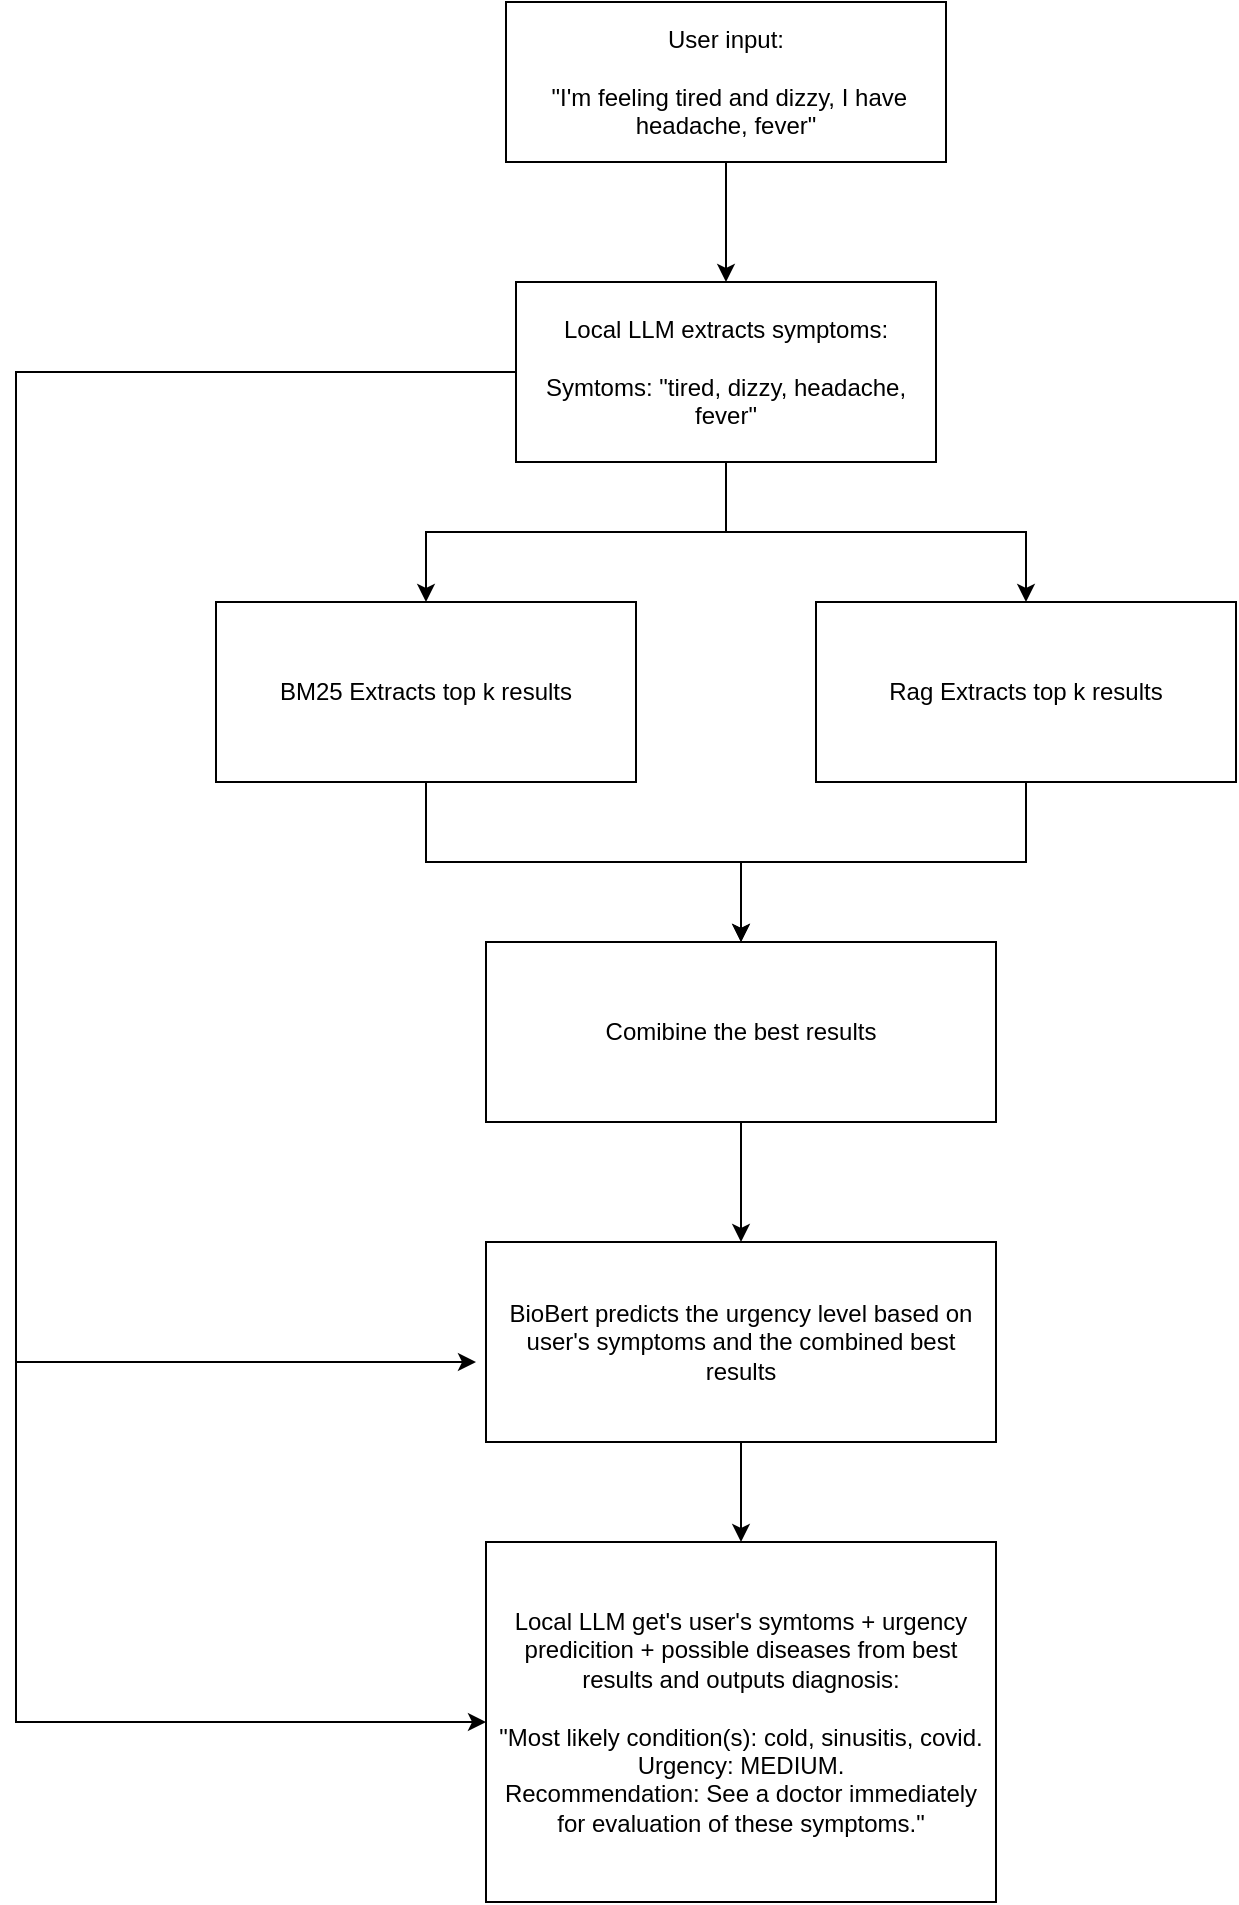
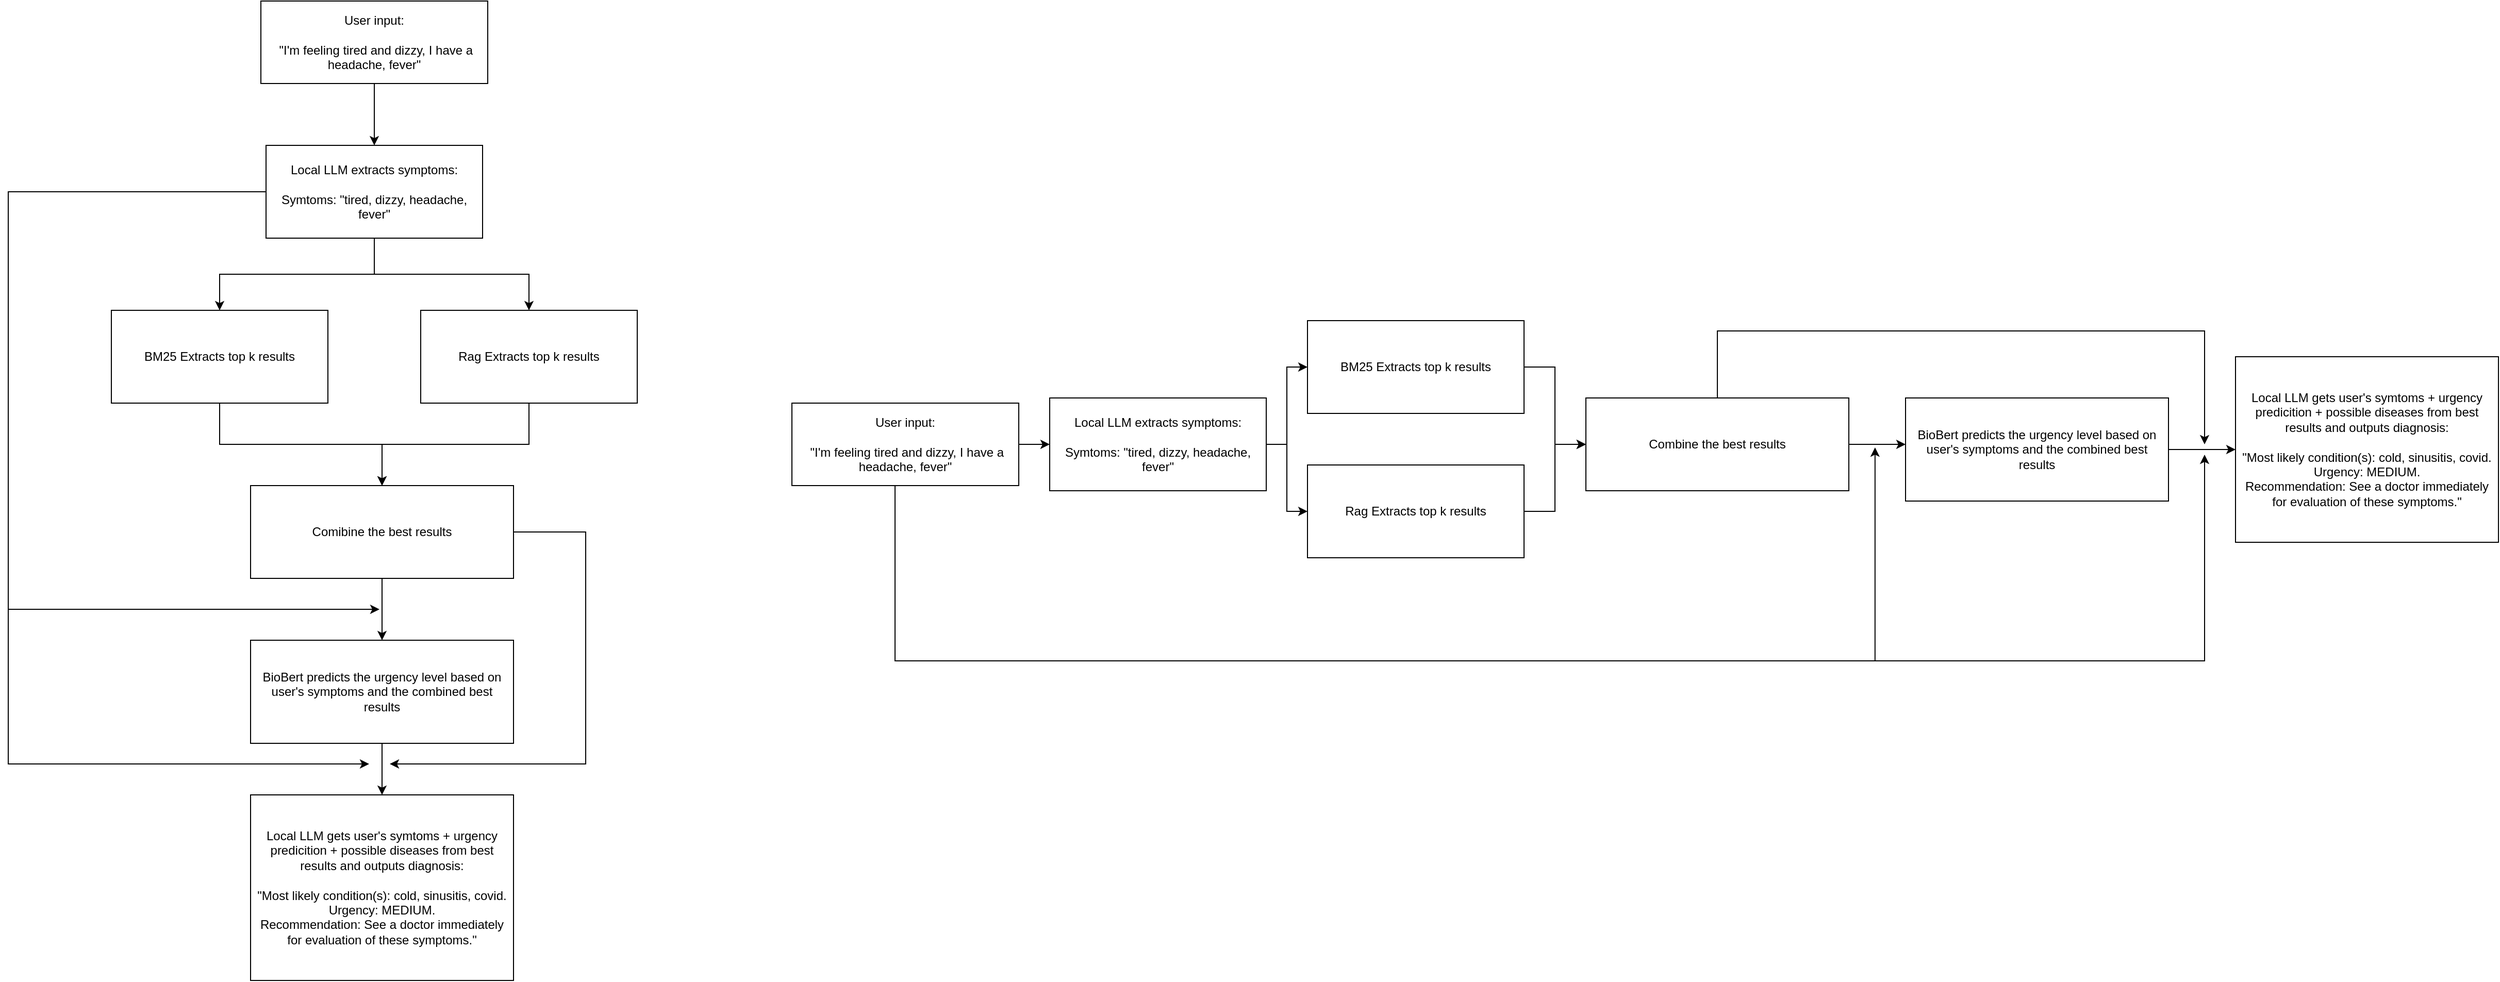
<mxfile host="app.diagrams.net">
  <diagram name="Page-1" id="xwwan3JBwpwhcqVraBZ7">
-     <mxGraphModel dx="2358" dy="1350" grid="1" gridSize="10" guides="1" tooltips="1" connect="1" arrows="1" fold="1" page="1" pageScale="1" pageWidth="1100" pageHeight="1700" math="0" shadow="0">
+     <mxGraphModel dx="2948" dy="1688" grid="1" gridSize="10" guides="1" tooltips="1" connect="1" arrows="1" fold="1" page="1" pageScale="1" pageWidth="1100" pageHeight="1700" math="0" shadow="0">
      <root>
        <mxCell id="0" />
        <mxCell id="1" parent="0" />
        <mxCell id="aHj3oTs3HQtHgEqtrpzf-4" edge="1" parent="1" source="aHj3oTs3HQtHgEqtrpzf-1" style="edgeStyle=orthogonalEdgeStyle;rounded=0;orthogonalLoop=1;jettySize=auto;html=1;" target="aHj3oTs3HQtHgEqtrpzf-3">
          <mxGeometry relative="1" as="geometry" />
        </mxCell>
-         <mxCell id="aHj3oTs3HQtHgEqtrpzf-1" parent="1" style="rounded=0;whiteSpace=wrap;html=1;" value="User input:&lt;div&gt;&lt;br&gt;&lt;/div&gt;&lt;div&gt;&amp;nbsp;&quot;I&#39;m feeling tired and dizzy, I have headache, fever&quot;&lt;/div&gt;" vertex="1">
+         <mxCell id="aHj3oTs3HQtHgEqtrpzf-1" parent="1" style="rounded=0;whiteSpace=wrap;html=1;" value="User input:&lt;div&gt;&lt;br&gt;&lt;/div&gt;&lt;div&gt;&amp;nbsp;&quot;I&#39;m feeling tired and dizzy, I have a headache, fever&quot;&lt;/div&gt;" vertex="1">
          <mxGeometry height="80" width="220" x="355" y="30" as="geometry" />
        </mxCell>
        <mxCell id="aHj3oTs3HQtHgEqtrpzf-7" edge="1" parent="1" source="aHj3oTs3HQtHgEqtrpzf-3" style="edgeStyle=orthogonalEdgeStyle;rounded=0;orthogonalLoop=1;jettySize=auto;html=1;" target="aHj3oTs3HQtHgEqtrpzf-5">
          <mxGeometry relative="1" as="geometry" />
        </mxCell>
        <mxCell id="aHj3oTs3HQtHgEqtrpzf-8" edge="1" parent="1" source="aHj3oTs3HQtHgEqtrpzf-3" style="edgeStyle=orthogonalEdgeStyle;rounded=0;orthogonalLoop=1;jettySize=auto;html=1;entryX=0.5;entryY=0;entryDx=0;entryDy=0;" target="aHj3oTs3HQtHgEqtrpzf-6">
          <mxGeometry relative="1" as="geometry" />
        </mxCell>
-         <mxCell id="aHj3oTs3HQtHgEqtrpzf-17" edge="1" parent="1" source="aHj3oTs3HQtHgEqtrpzf-3" style="edgeStyle=orthogonalEdgeStyle;rounded=0;orthogonalLoop=1;jettySize=auto;html=1;entryX=0;entryY=0.5;entryDx=0;entryDy=0;" target="aHj3oTs3HQtHgEqtrpzf-16">
+         <mxCell id="aHj3oTs3HQtHgEqtrpzf-17" edge="1" parent="1" source="aHj3oTs3HQtHgEqtrpzf-3" style="edgeStyle=orthogonalEdgeStyle;rounded=0;orthogonalLoop=1;jettySize=auto;html=1;">
          <mxGeometry relative="1" as="geometry">
            <Array as="points">
              <mxPoint x="110" y="215" />
-               <mxPoint x="110" y="890" />
+               <mxPoint x="110" y="770" />
+               <mxPoint x="345" y="770" />
            </Array>
-             <mxPoint x="110" y="870" as="targetPoint" />
+             <mxPoint x="460" y="770" as="targetPoint" />
          </mxGeometry>
        </mxCell>
        <mxCell id="aHj3oTs3HQtHgEqtrpzf-3" parent="1" style="rounded=0;whiteSpace=wrap;html=1;" value="Local LLM extracts symptoms:&lt;div&gt;&lt;br&gt;&lt;/div&gt;&lt;div&gt;Symtoms: &quot;tired, dizzy, headache, fever&quot;&lt;/div&gt;" vertex="1">
          <mxGeometry height="90" width="210" x="360" y="170" as="geometry" />
        </mxCell>
        <mxCell id="aHj3oTs3HQtHgEqtrpzf-10" edge="1" parent="1" source="aHj3oTs3HQtHgEqtrpzf-5" style="edgeStyle=orthogonalEdgeStyle;rounded=0;orthogonalLoop=1;jettySize=auto;html=1;" target="aHj3oTs3HQtHgEqtrpzf-9">
          <mxGeometry relative="1" as="geometry" />
        </mxCell>
        <mxCell id="aHj3oTs3HQtHgEqtrpzf-5" parent="1" style="rounded=0;whiteSpace=wrap;html=1;" value="BM25 Extracts top k results" vertex="1">
          <mxGeometry height="90" width="210" x="210" y="330" as="geometry" />
        </mxCell>
        <mxCell id="aHj3oTs3HQtHgEqtrpzf-11" edge="1" parent="1" source="aHj3oTs3HQtHgEqtrpzf-6" style="edgeStyle=orthogonalEdgeStyle;rounded=0;orthogonalLoop=1;jettySize=auto;html=1;entryX=0.5;entryY=0;entryDx=0;entryDy=0;" target="aHj3oTs3HQtHgEqtrpzf-9">
          <mxGeometry relative="1" as="geometry" />
        </mxCell>
        <mxCell id="aHj3oTs3HQtHgEqtrpzf-6" parent="1" style="rounded=0;whiteSpace=wrap;html=1;" value="Rag Extracts top k results" vertex="1">
          <mxGeometry height="90" width="210" x="510" y="330" as="geometry" />
        </mxCell>
        <mxCell id="aHj3oTs3HQtHgEqtrpzf-13" edge="1" parent="1" source="aHj3oTs3HQtHgEqtrpzf-9" style="edgeStyle=orthogonalEdgeStyle;rounded=0;orthogonalLoop=1;jettySize=auto;html=1;entryX=0.5;entryY=0;entryDx=0;entryDy=0;" target="aHj3oTs3HQtHgEqtrpzf-12">
          <mxGeometry relative="1" as="geometry" />
        </mxCell>
+         <mxCell id="aHj3oTs3HQtHgEqtrpzf-45" edge="1" parent="1" source="aHj3oTs3HQtHgEqtrpzf-9" style="edgeStyle=orthogonalEdgeStyle;rounded=0;orthogonalLoop=1;jettySize=auto;html=1;">
+           <mxGeometry relative="1" as="geometry">
+             <Array as="points">
+               <mxPoint x="670" y="545" />
+               <mxPoint x="670" y="770" />
+             </Array>
+             <mxPoint x="480" y="770" as="targetPoint" />
+           </mxGeometry>
+         </mxCell>
        <mxCell id="aHj3oTs3HQtHgEqtrpzf-9" parent="1" style="rounded=0;whiteSpace=wrap;html=1;" value="Comibine the best results" vertex="1">
          <mxGeometry height="90" width="255" x="345" y="500" as="geometry" />
        </mxCell>
        <mxCell id="aHj3oTs3HQtHgEqtrpzf-15" edge="1" parent="1" source="aHj3oTs3HQtHgEqtrpzf-12" style="edgeStyle=orthogonalEdgeStyle;rounded=0;orthogonalLoop=1;jettySize=auto;html=1;entryX=0.5;entryY=0;entryDx=0;entryDy=0;" target="aHj3oTs3HQtHgEqtrpzf-16">
          <mxGeometry relative="1" as="geometry">
            <mxPoint x="450" y="810" as="targetPoint" />
          </mxGeometry>
        </mxCell>
        <mxCell id="aHj3oTs3HQtHgEqtrpzf-12" parent="1" style="rounded=0;whiteSpace=wrap;html=1;" value="BioBert predicts the urgency level based on user&#39;s symptoms and the combined best results" vertex="1">
          <mxGeometry height="100" width="255" x="345" y="650" as="geometry" />
        </mxCell>
        <mxCell id="aHj3oTs3HQtHgEqtrpzf-14" edge="1" parent="1" source="aHj3oTs3HQtHgEqtrpzf-3" style="edgeStyle=orthogonalEdgeStyle;rounded=0;orthogonalLoop=1;jettySize=auto;html=1;">
          <mxGeometry relative="1" as="geometry">
            <Array as="points">
              <mxPoint x="110" y="215" />
-               <mxPoint x="110" y="710" />
+               <mxPoint x="110" y="620" />
+               <mxPoint x="340" y="620" />
            </Array>
-             <mxPoint x="340" y="710" as="targetPoint" />
+             <mxPoint x="470" y="620" as="targetPoint" />
          </mxGeometry>
        </mxCell>
-         <mxCell id="aHj3oTs3HQtHgEqtrpzf-16" parent="1" style="rounded=0;whiteSpace=wrap;html=1;" value="Local LLM get&#39;s user&#39;s symtoms + urgency predicition + possible diseases from best results and outputs diagnosis:&lt;div&gt;&lt;br&gt;&lt;/div&gt;&lt;div&gt;&quot;&lt;span style=&quot;background-color: transparent;&quot;&gt;Most likely condition(s): cold, sinusitis, covid.&lt;/span&gt;&lt;/div&gt;&lt;div&gt;Urgency: MEDIUM.&lt;/div&gt;&lt;div&gt;&lt;span style=&quot;background-color: transparent;&quot;&gt;Recommendation: See a doctor immediately for evaluation of these symptoms.&lt;/span&gt;&quot;&lt;/div&gt;" vertex="1">
+         <mxCell id="aHj3oTs3HQtHgEqtrpzf-16" parent="1" style="rounded=0;whiteSpace=wrap;html=1;" value="Local LLM gets user&#39;s symtoms + urgency predicition + possible diseases from best results and outputs diagnosis:&lt;div&gt;&lt;br&gt;&lt;/div&gt;&lt;div&gt;&quot;&lt;span style=&quot;background-color: transparent;&quot;&gt;Most likely condition(s): cold, sinusitis, covid.&lt;/span&gt;&lt;/div&gt;&lt;div&gt;Urgency: MEDIUM.&lt;/div&gt;&lt;div&gt;&lt;span style=&quot;background-color: transparent;&quot;&gt;Recommendation: See a doctor immediately for evaluation of these symptoms.&lt;/span&gt;&quot;&lt;/div&gt;" vertex="1">
          <mxGeometry height="180" width="255" x="345" y="800" as="geometry" />
+         </mxCell>
+         <mxCell id="aHj3oTs3HQtHgEqtrpzf-19" edge="1" parent="1" source="aHj3oTs3HQtHgEqtrpzf-20" style="edgeStyle=orthogonalEdgeStyle;rounded=0;orthogonalLoop=1;jettySize=auto;html=1;" target="aHj3oTs3HQtHgEqtrpzf-24">
+           <mxGeometry relative="1" as="geometry" />
+         </mxCell>
+         <mxCell id="aHj3oTs3HQtHgEqtrpzf-39" edge="1" parent="1" source="aHj3oTs3HQtHgEqtrpzf-20" style="edgeStyle=orthogonalEdgeStyle;rounded=0;orthogonalLoop=1;jettySize=auto;html=1;entryX=0.433;entryY=0.98;entryDx=0;entryDy=0;entryPerimeter=0;exitX=0.5;exitY=1;exitDx=0;exitDy=0;">
+           <mxGeometry relative="1" as="geometry">
+             <Array as="points">
+               <mxPoint x="970" y="500" />
+               <mxPoint x="970" y="670" />
+               <mxPoint x="1920" y="670" />
+             </Array>
+             <mxPoint x="840" y="450" as="sourcePoint" />
+             <mxPoint x="1920.415" y="463" as="targetPoint" />
+           </mxGeometry>
+         </mxCell>
+         <mxCell id="aHj3oTs3HQtHgEqtrpzf-40" edge="1" parent="1" style="edgeStyle=orthogonalEdgeStyle;rounded=0;orthogonalLoop=1;jettySize=auto;html=1;">
+           <mxGeometry relative="1" as="geometry">
+             <Array as="points">
+               <mxPoint x="970" y="670" />
+               <mxPoint x="2240" y="670" />
+               <mxPoint x="2240" y="470" />
+             </Array>
+             <mxPoint x="970" y="500" as="sourcePoint" />
+             <mxPoint x="2240" y="470" as="targetPoint" />
+           </mxGeometry>
+         </mxCell>
+         <mxCell id="aHj3oTs3HQtHgEqtrpzf-20" parent="1" style="rounded=0;whiteSpace=wrap;html=1;" value="User input:&lt;div&gt;&lt;br&gt;&lt;/div&gt;&lt;div&gt;&amp;nbsp;&quot;I&#39;m feeling tired and dizzy, I have a headache, fever&quot;&lt;/div&gt;" vertex="1">
+           <mxGeometry height="80" width="220" x="870.0000000000001" y="420" as="geometry" />
+         </mxCell>
+         <mxCell id="aHj3oTs3HQtHgEqtrpzf-21" edge="1" parent="1" source="aHj3oTs3HQtHgEqtrpzf-24" style="edgeStyle=orthogonalEdgeStyle;rounded=0;orthogonalLoop=1;jettySize=auto;html=1;" target="aHj3oTs3HQtHgEqtrpzf-26">
+           <mxGeometry relative="1" as="geometry" />
+         </mxCell>
+         <mxCell id="aHj3oTs3HQtHgEqtrpzf-36" edge="1" parent="1" source="aHj3oTs3HQtHgEqtrpzf-24" style="edgeStyle=orthogonalEdgeStyle;rounded=0;orthogonalLoop=1;jettySize=auto;html=1;entryX=0;entryY=0.5;entryDx=0;entryDy=0;" target="aHj3oTs3HQtHgEqtrpzf-28">
+           <mxGeometry relative="1" as="geometry" />
+         </mxCell>
+         <mxCell id="aHj3oTs3HQtHgEqtrpzf-24" parent="1" style="rounded=0;whiteSpace=wrap;html=1;" value="Local LLM extracts symptoms:&lt;div&gt;&lt;br&gt;&lt;/div&gt;&lt;div&gt;Symtoms: &quot;tired, dizzy, headache, fever&quot;&lt;/div&gt;" vertex="1">
+           <mxGeometry height="90" width="210" x="1120" y="415" as="geometry" />
+         </mxCell>
+         <mxCell id="aHj3oTs3HQtHgEqtrpzf-25" edge="1" parent="1" source="aHj3oTs3HQtHgEqtrpzf-26" style="edgeStyle=orthogonalEdgeStyle;rounded=0;orthogonalLoop=1;jettySize=auto;html=1;" target="aHj3oTs3HQtHgEqtrpzf-30">
+           <mxGeometry relative="1" as="geometry" />
+         </mxCell>
+         <mxCell id="aHj3oTs3HQtHgEqtrpzf-37" edge="1" parent="1" source="aHj3oTs3HQtHgEqtrpzf-28" style="edgeStyle=orthogonalEdgeStyle;rounded=0;orthogonalLoop=1;jettySize=auto;html=1;exitX=1;exitY=0.5;exitDx=0;exitDy=0;">
+           <mxGeometry relative="1" as="geometry">
+             <Array as="points">
+               <mxPoint x="1610" y="525" />
+               <mxPoint x="1610" y="460" />
+             </Array>
+             <mxPoint x="1640" y="460" as="targetPoint" />
+           </mxGeometry>
+         </mxCell>
+         <mxCell id="aHj3oTs3HQtHgEqtrpzf-28" parent="1" style="rounded=0;whiteSpace=wrap;html=1;" value="Rag Extracts top k results" vertex="1">
+           <mxGeometry height="90" width="210" x="1370" y="480" as="geometry" />
+         </mxCell>
+         <mxCell id="aHj3oTs3HQtHgEqtrpzf-42" edge="1" parent="1" source="aHj3oTs3HQtHgEqtrpzf-30" style="edgeStyle=orthogonalEdgeStyle;rounded=0;orthogonalLoop=1;jettySize=auto;html=1;">
+           <mxGeometry relative="1" as="geometry">
+             <Array as="points">
+               <mxPoint x="1767" y="350" />
+               <mxPoint x="2240" y="350" />
+             </Array>
+             <mxPoint x="2240" y="460" as="targetPoint" />
+           </mxGeometry>
+         </mxCell>
+         <mxCell id="aHj3oTs3HQtHgEqtrpzf-30" parent="1" style="rounded=0;whiteSpace=wrap;html=1;" value="Combine the best results" vertex="1">
+           <mxGeometry height="90" width="255" x="1640" y="415" as="geometry" />
+         </mxCell>
+         <mxCell id="aHj3oTs3HQtHgEqtrpzf-41" edge="1" parent="1" source="aHj3oTs3HQtHgEqtrpzf-32" style="edgeStyle=orthogonalEdgeStyle;rounded=0;orthogonalLoop=1;jettySize=auto;html=1;entryX=0;entryY=0.5;entryDx=0;entryDy=0;" target="aHj3oTs3HQtHgEqtrpzf-34">
+           <mxGeometry relative="1" as="geometry" />
+         </mxCell>
+         <mxCell id="aHj3oTs3HQtHgEqtrpzf-32" parent="1" style="rounded=0;whiteSpace=wrap;html=1;" value="BioBert predicts the urgency level based on user&#39;s symptoms and the combined best results" vertex="1">
+           <mxGeometry height="100" width="255" x="1950" y="415" as="geometry" />
+         </mxCell>
+         <mxCell id="aHj3oTs3HQtHgEqtrpzf-34" parent="1" style="rounded=0;whiteSpace=wrap;html=1;" value="Local LLM gets user&#39;s symtoms + urgency predicition + possible diseases from best results and outputs diagnosis:&lt;div&gt;&lt;br&gt;&lt;/div&gt;&lt;div&gt;&quot;&lt;span style=&quot;background-color: transparent;&quot;&gt;Most likely condition(s): cold, sinusitis, covid.&lt;/span&gt;&lt;/div&gt;&lt;div&gt;Urgency: MEDIUM.&lt;/div&gt;&lt;div&gt;&lt;span style=&quot;background-color: transparent;&quot;&gt;Recommendation: See a doctor immediately for evaluation of these symptoms.&lt;/span&gt;&quot;&lt;/div&gt;" vertex="1">
+           <mxGeometry height="180" width="255" x="2270" y="375" as="geometry" />
+         </mxCell>
+         <mxCell id="aHj3oTs3HQtHgEqtrpzf-26" parent="1" style="rounded=0;whiteSpace=wrap;html=1;" value="BM25 Extracts top k results" vertex="1">
+           <mxGeometry height="90" width="210" x="1370" y="340" as="geometry" />
+         </mxCell>
+         <mxCell id="aHj3oTs3HQtHgEqtrpzf-38" edge="1" parent="1" source="aHj3oTs3HQtHgEqtrpzf-30" style="edgeStyle=orthogonalEdgeStyle;rounded=0;orthogonalLoop=1;jettySize=auto;html=1;entryX=0;entryY=0.45;entryDx=0;entryDy=0;entryPerimeter=0;" target="aHj3oTs3HQtHgEqtrpzf-32">
+           <mxGeometry relative="1" as="geometry" />
        </mxCell>
      </root>
    </mxGraphModel>
  </diagram>
</mxfile>
